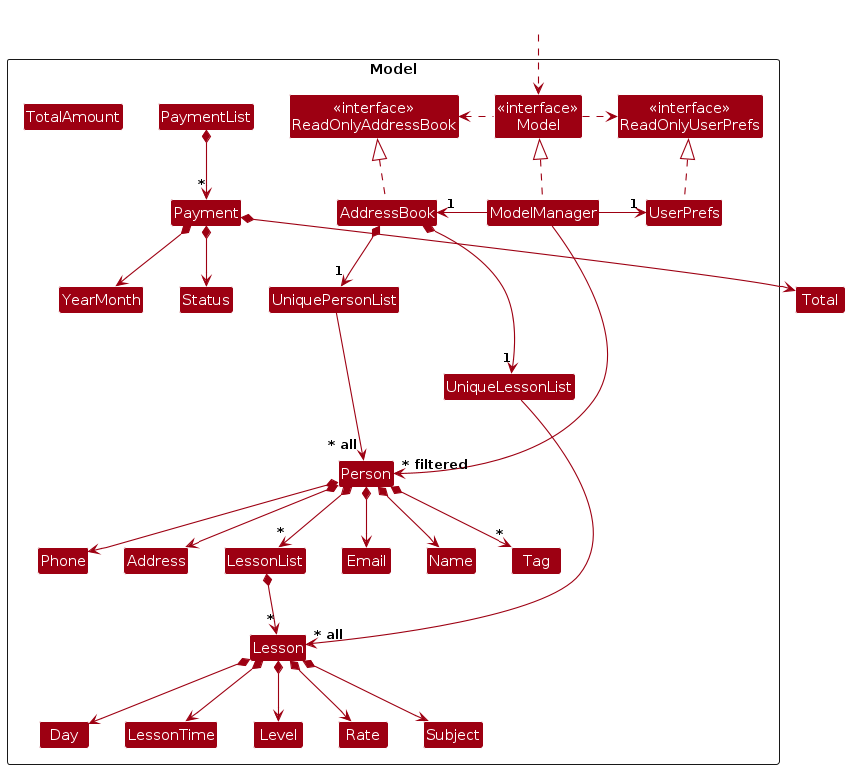
The PlantUML diagram diagrams/ModelClassDiagram.png in AY2526S1-CS2103T-W08-2/tp, before a commit. Its source is kept beside it as diagrams/ModelClassDiagram.puml. The source it was exported from:
```plantuml
@startuml
!include style.puml
skinparam arrowThickness 1.1
skinparam arrowColor MODEL_COLOR
skinparam classBackgroundColor MODEL_COLOR

Package Model as ModelPackage <<Rectangle>>{
Class "<<interface>>\nReadOnlyAddressBook" as ReadOnlyAddressBook
Class "<<interface>>\nReadOnlyUserPrefs" as ReadOnlyUserPrefs
Class "<<interface>>\nModel" as Model
Class AddressBook
Class ModelManager
Class UserPrefs

Class UniquePersonList
Class Person
Class Address
Class Email
Class Name
Class Phone
Class Tag
Class LessonList
Class PaymentList

Class Payment
Class YearMonth
Class TotalAmount
Enum Status

Class Lesson
Class Day
Class LessonTime
Enum Level
Class Rate
Enum Subject
Class UniqueLessonList

Class I #FFFFFF
}

Class HiddenOutside #FFFFFF
HiddenOutside ..> Model

AddressBook .up.|> ReadOnlyAddressBook

ModelManager .up.|> Model
Model .right.> ReadOnlyUserPrefs
Model .left.> ReadOnlyAddressBook
ModelManager -left-> "1" AddressBook
ModelManager -right-> "1" UserPrefs
UserPrefs .up.|> ReadOnlyUserPrefs

AddressBook *--> "1" UniquePersonList
AddressBook *--> "1" UniqueLessonList
UniquePersonList --> "~* all" Person
UniqueLessonList --> "~* all" Lesson
Person *--> Name
Person *--> Phone
Person *--> Email
Person *--> Address
Person *--> "*" Tag
Person *--> "*" LessonList

Person -[hidden]up--> I
UniquePersonList -[hidden]right-> I

Name -[hidden]right-> Phone
Phone -[hidden]right-> Address
Address -[hidden]right-> Email

PaymentList *--> "*" Payment
Payment *--> YearMonth
Payment *--> Total
Payment *--> Status

LessonList *--> "*" Lesson
Lesson *--> Day
Lesson *--> LessonTime
Lesson *--> Level
Lesson *--> Rate
Lesson *--> Subject

ModelManager --> "~* filtered" Person
@enduml
```
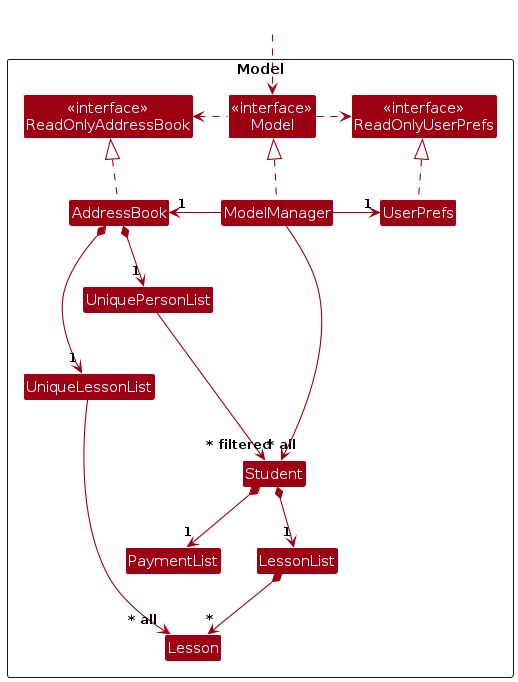
Above is the later version.

Diff of the diagram source:
```diff
@@ -11,28 +11,14 @@
 Class AddressBook
 Class ModelManager
 Class UserPrefs
+Class PaymentList
 
 Class UniquePersonList
-Class Person
-Class Address
-Class Email
-Class Name
-Class Phone
-Class Tag
+Class Student
 Class LessonList
-Class PaymentList
 
-Class Payment
-Class YearMonth
-Class TotalAmount
-Enum Status
 
 Class Lesson
-Class Day
-Class LessonTime
-Enum Level
-Class Rate
-Enum Subject
 Class UniqueLessonList
 
 Class I #FFFFFF
@@ -52,33 +38,18 @@
 
 AddressBook *--> "1" UniquePersonList
 AddressBook *--> "1" UniqueLessonList
-UniquePersonList --> "~* all" Person
+UniquePersonList --> "~* all" Student
 UniqueLessonList --> "~* all" Lesson
-Person *--> Name
-Person *--> Phone
-Person *--> Email
-Person *--> Address
-Person *--> "*" Tag
-Person *--> "*" LessonList
 
-Person -[hidden]up--> I
+Student *--> "1" LessonList
+Student *--> "1" PaymentList
+
+Student -[hidden]up--> I
 UniquePersonList -[hidden]right-> I
 
-Name -[hidden]right-> Phone
-Phone -[hidden]right-> Address
-Address -[hidden]right-> Email
 
-PaymentList *--> "*" Payment
-Payment *--> YearMonth
-Payment *--> Total
-Payment *--> Status
 
 LessonList *--> "*" Lesson
-Lesson *--> Day
-Lesson *--> LessonTime
-Lesson *--> Level
-Lesson *--> Rate
-Lesson *--> Subject
 
-ModelManager --> "~* filtered" Person
+ModelManager --> "~* filtered" Student
 @enduml
```
